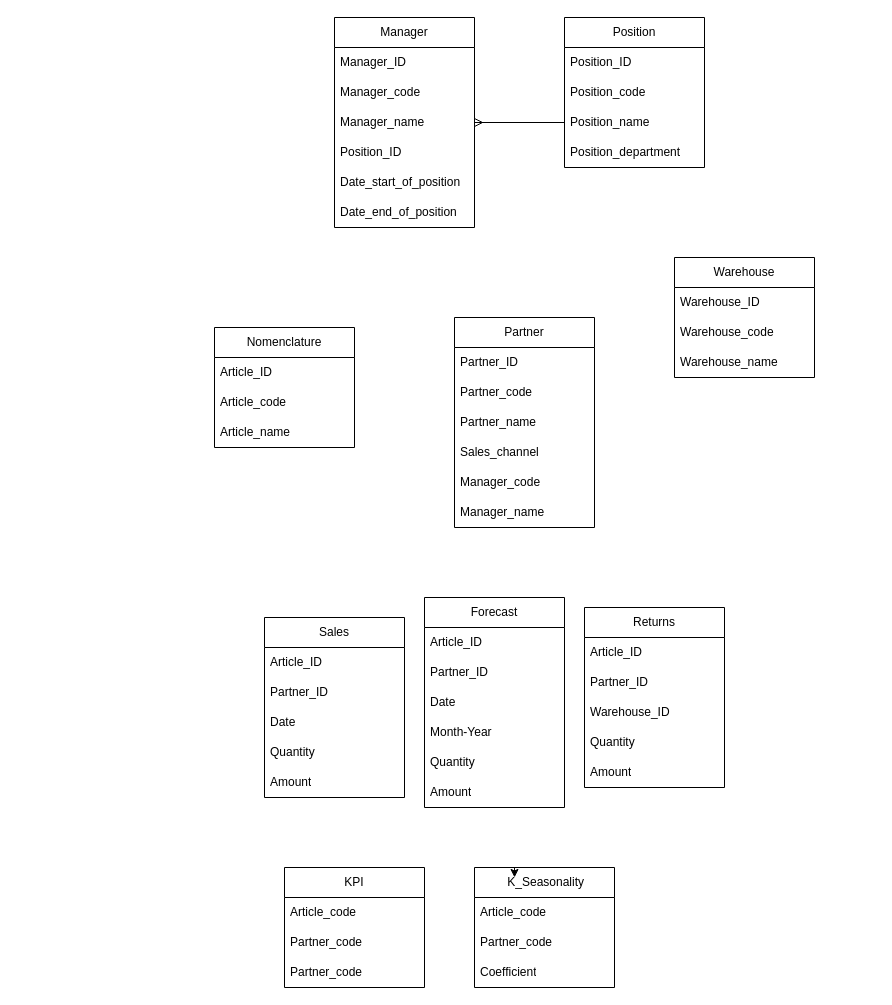
This is Диаграмма без названия.drawio from DWH-creation/Project_1, a draw.io file, before an edit. Source tidied: cells renumbered, new cells numbered last; positions are measured from the earlier drawing's top-left corner, leaving out a move shared by most shapes. Both pictures are drawn from the tidied source at 100%, with x=0, y=0 at pixel (214, 17).
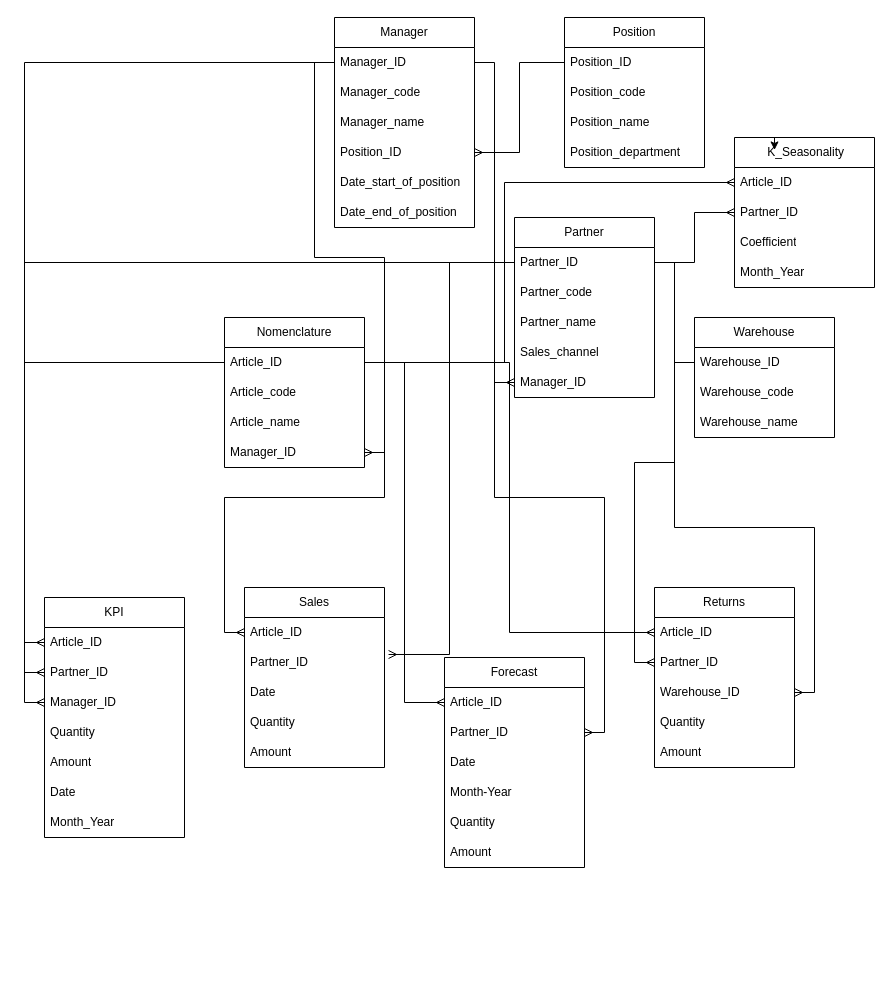
After the change.

Commit message:
DWH_scheme

Unchanged cells that the change refers to:
```xml
<mxCell id="3" value="Article_ID" style="text;strokeColor=none;fillColor=none;align=left;verticalAlign=middle;spacingLeft=4;spacingRight=4;overflow=hidden;points=[[0,0.5],[1,0.5]];portConstraint=eastwest;whiteSpace=wrap;html=1;labelBackgroundColor=none;" parent="2" vertex="1">
  <mxGeometry y="30" width="140" height="30" as="geometry" />
</mxCell>
<mxCell id="7" value="Partner_ID" style="text;strokeColor=none;fillColor=none;align=left;verticalAlign=middle;spacingLeft=4;spacingRight=4;overflow=hidden;points=[[0,0.5],[1,0.5]];portConstraint=eastwest;whiteSpace=wrap;html=1;labelBackgroundColor=none;" parent="6" vertex="1">
  <mxGeometry y="30" width="140" height="30" as="geometry" />
</mxCell>
<mxCell id="14" value="Warehouse_ID" style="text;strokeColor=none;fillColor=none;align=left;verticalAlign=middle;spacingLeft=4;spacingRight=4;overflow=hidden;points=[[0,0.5],[1,0.5]];portConstraint=eastwest;whiteSpace=wrap;html=1;labelBackgroundColor=none;" parent="13" vertex="1">
  <mxGeometry y="30" width="140" height="30" as="geometry" />
</mxCell>
<mxCell id="26" value="Article_ID" style="text;strokeColor=none;fillColor=none;align=left;verticalAlign=middle;spacingLeft=4;spacingRight=4;overflow=hidden;points=[[0,0.5],[1,0.5]];portConstraint=eastwest;whiteSpace=wrap;html=1;labelBackgroundColor=none;" parent="25" vertex="1">
  <mxGeometry y="30" width="140" height="30" as="geometry" />
</mxCell>
<mxCell id="27" value="Partner_ID" style="text;strokeColor=none;fillColor=none;align=left;verticalAlign=middle;spacingLeft=4;spacingRight=4;overflow=hidden;points=[[0,0.5],[1,0.5]];portConstraint=eastwest;whiteSpace=wrap;html=1;labelBackgroundColor=none;" parent="25" vertex="1">
  <mxGeometry y="60" width="140" height="30" as="geometry" />
</mxCell>
<mxCell id="32" value="Article_ID" style="text;strokeColor=none;fillColor=none;align=left;verticalAlign=middle;spacingLeft=4;spacingRight=4;overflow=hidden;points=[[0,0.5],[1,0.5]];portConstraint=eastwest;whiteSpace=wrap;html=1;labelBackgroundColor=none;" parent="31" vertex="1">
  <mxGeometry y="30" width="140" height="30" as="geometry" />
</mxCell>
<mxCell id="33" value="Partner_ID" style="text;strokeColor=none;fillColor=none;align=left;verticalAlign=middle;spacingLeft=4;spacingRight=4;overflow=hidden;points=[[0,0.5],[1,0.5]];portConstraint=eastwest;whiteSpace=wrap;html=1;labelBackgroundColor=none;" parent="31" vertex="1">
  <mxGeometry y="60" width="140" height="30" as="geometry" />
</mxCell>
<mxCell id="40" value="Partner_ID" style="text;strokeColor=none;fillColor=none;align=left;verticalAlign=middle;spacingLeft=4;spacingRight=4;overflow=hidden;points=[[0,0.5],[1,0.5]];portConstraint=eastwest;whiteSpace=wrap;html=1;labelBackgroundColor=none;" parent="38" vertex="1">
  <mxGeometry y="60" width="140" height="30" as="geometry" />
</mxCell>
<mxCell id="41" value="Warehouse_ID" style="text;strokeColor=none;fillColor=none;align=left;verticalAlign=middle;spacingLeft=4;spacingRight=4;overflow=hidden;points=[[0,0.5],[1,0.5]];portConstraint=eastwest;whiteSpace=wrap;html=1;labelBackgroundColor=none;" parent="38" vertex="1">
  <mxGeometry y="90" width="140" height="30" as="geometry" />
</mxCell>
<mxCell id="46" value="Manager_ID" style="text;strokeColor=none;fillColor=none;align=left;verticalAlign=middle;spacingLeft=4;spacingRight=4;overflow=hidden;points=[[0,0.5],[1,0.5]];portConstraint=eastwest;whiteSpace=wrap;html=1;labelBackgroundColor=none;" parent="45" vertex="1">
  <mxGeometry y="30" width="140" height="30" as="geometry" />
</mxCell>
<mxCell id="48" value="Manager_name" style="text;strokeColor=none;fillColor=none;align=left;verticalAlign=middle;spacingLeft=4;spacingRight=4;overflow=hidden;points=[[0,0.5],[1,0.5]];portConstraint=eastwest;whiteSpace=wrap;html=1;labelBackgroundColor=none;" parent="45" vertex="1">
  <mxGeometry y="90" width="140" height="30" as="geometry" />
</mxCell>
<mxCell id="49" value="Position_ID" style="text;strokeColor=none;fillColor=none;align=left;verticalAlign=middle;spacingLeft=4;spacingRight=4;overflow=hidden;points=[[0,0.5],[1,0.5]];portConstraint=eastwest;whiteSpace=wrap;html=1;labelBackgroundColor=none;" parent="45" vertex="1">
  <mxGeometry y="120" width="140" height="30" as="geometry" />
</mxCell>
<mxCell id="53" value="Position_ID" style="text;strokeColor=none;fillColor=none;align=left;verticalAlign=middle;spacingLeft=4;spacingRight=4;overflow=hidden;points=[[0,0.5],[1,0.5]];portConstraint=eastwest;whiteSpace=wrap;html=1;labelBackgroundColor=none;" parent="52" vertex="1">
  <mxGeometry y="30" width="140" height="30" as="geometry" />
</mxCell>
<mxCell id="55" value="Position_name" style="text;strokeColor=none;fillColor=none;align=left;verticalAlign=middle;spacingLeft=4;spacingRight=4;overflow=hidden;points=[[0,0.5],[1,0.5]];portConstraint=eastwest;whiteSpace=wrap;html=1;labelBackgroundColor=none;" parent="52" vertex="1">
  <mxGeometry y="90" width="140" height="30" as="geometry" />
</mxCell>
```

Change to the diagram source:
```diff
@@
     <mxCell id="2" value="Nomenclature" style="swimlane;fontStyle=0;horizontal=1;startSize=30;whiteSpace=wrap;html=1;labelBackgroundColor=none;" parent="1" vertex="1">
-      <mxGeometry y="310" width="140" height="120" as="geometry" />
+      <mxGeometry x="10" y="300" width="140" height="150" as="geometry" />
     </mxCell>
@@
+    <mxCell id="58" value="Manager_ID" style="text;strokeColor=none;fillColor=none;align=left;verticalAlign=middle;spacingLeft=4;spacingRight=4;overflow=hidden;points=[[0,0.5],[1,0.5]];portConstraint=eastwest;whiteSpace=wrap;html=1;labelBackgroundColor=none;" parent="2" vertex="1">
+      <mxGeometry y="120" width="140" height="30" as="geometry" />
+    </mxCell>
     <mxCell id="6" value="Partner" style="swimlane;fontStyle=0;horizontal=1;startSize=30;whiteSpace=wrap;html=1;labelBackgroundColor=none;" parent="1" vertex="1">
-      <mxGeometry x="240" y="300" width="140" height="210" as="geometry" />
+      <mxGeometry x="300" y="200" width="140" height="180" as="geometry" />
     </mxCell>
@@
-    <mxCell id="11" value="Manager_code" style="text;strokeColor=none;fillColor=none;align=left;verticalAlign=middle;spacingLeft=4;spacingRight=4;overflow=hidden;points=[[0,0.5],[1,0.5]];portConstraint=eastwest;whiteSpace=wrap;html=1;labelBackgroundColor=none;" parent="6" vertex="1">
+    <mxCell id="11" value="Manager_ID" style="text;strokeColor=none;fillColor=none;align=left;verticalAlign=middle;spacingLeft=4;spacingRight=4;overflow=hidden;points=[[0,0.5],[1,0.5]];portConstraint=eastwest;whiteSpace=wrap;html=1;labelBackgroundColor=none;" parent="6" vertex="1">
       <mxGeometry y="150" width="140" height="30" as="geometry" />
     </mxCell>
-    <mxCell id="12" value="Manager_name" style="text;strokeColor=none;fillColor=none;align=left;verticalAlign=middle;spacingLeft=4;spacingRight=4;overflow=hidden;whiteSpace=wrap;html=1;labelBackgroundColor=none;" parent="6" vertex="1">
-      <mxGeometry y="180" width="140" height="30" as="geometry" />
-    </mxCell>
     <mxCell id="13" value="Warehouse" style="swimlane;fontStyle=0;horizontal=1;startSize=30;whiteSpace=wrap;html=1;labelBackgroundColor=none;" parent="1" vertex="1">
-      <mxGeometry x="460" y="240" width="140" height="120" as="geometry" />
+      <mxGeometry x="480" y="300" width="140" height="120" as="geometry" />
     </mxCell>
@@
     <mxCell id="17" value="KPI" style="swimlane;fontStyle=0;horizontal=1;startSize=30;whiteSpace=wrap;html=1;labelBackgroundColor=none;" parent="1" vertex="1">
-      <mxGeometry x="70" y="850" width="140" height="120" as="geometry" />
+      <mxGeometry x="-170" y="580" width="140" height="240" as="geometry" />
     </mxCell>
-    <mxCell id="18" value="Article_code" style="text;strokeColor=none;fillColor=none;align=left;verticalAlign=middle;spacingLeft=4;spacingRight=4;overflow=hidden;points=[[0,0.5],[1,0.5]];portConstraint=eastwest;whiteSpace=wrap;html=1;labelBackgroundColor=none;" parent="17" vertex="1">
+    <mxCell id="18" value="Article_ID" style="text;strokeColor=none;fillColor=none;align=left;verticalAlign=middle;spacingLeft=4;spacingRight=4;overflow=hidden;points=[[0,0.5],[1,0.5]];portConstraint=eastwest;whiteSpace=wrap;html=1;labelBackgroundColor=none;" parent="17" vertex="1">
       <mxGeometry y="30" width="140" height="30" as="geometry" />
     </mxCell>
-    <mxCell id="19" value="Partner_code" style="text;strokeColor=none;fillColor=none;align=left;verticalAlign=middle;spacingLeft=4;spacingRight=4;overflow=hidden;points=[[0,0.5],[1,0.5]];portConstraint=eastwest;whiteSpace=wrap;html=1;labelBackgroundColor=none;" parent="17" vertex="1">
+    <mxCell id="19" value="Partner_ID" style="text;strokeColor=none;fillColor=none;align=left;verticalAlign=middle;spacingLeft=4;spacingRight=4;overflow=hidden;points=[[0,0.5],[1,0.5]];portConstraint=eastwest;whiteSpace=wrap;html=1;labelBackgroundColor=none;" parent="17" vertex="1">
       <mxGeometry y="60" width="140" height="30" as="geometry" />
     </mxCell>
-    <mxCell id="20" value="Partner_code" style="text;strokeColor=none;fillColor=none;align=left;verticalAlign=middle;spacingLeft=4;spacingRight=4;overflow=hidden;points=[[0,0.5],[1,0.5]];portConstraint=eastwest;whiteSpace=wrap;html=1;labelBackgroundColor=none;" parent="17" vertex="1">
+    <mxCell id="20" value="Manager_ID" style="text;strokeColor=none;fillColor=none;align=left;verticalAlign=middle;spacingLeft=4;spacingRight=4;overflow=hidden;points=[[0,0.5],[1,0.5]];portConstraint=eastwest;whiteSpace=wrap;html=1;labelBackgroundColor=none;" parent="17" vertex="1">
       <mxGeometry y="90" width="140" height="30" as="geometry" />
     </mxCell>
+    <mxCell id="59" value="Quantity" style="text;strokeColor=none;fillColor=none;align=left;verticalAlign=middle;spacingLeft=4;spacingRight=4;overflow=hidden;whiteSpace=wrap;html=1;labelBackgroundColor=none;" parent="17" vertex="1">
+      <mxGeometry y="120" width="140" height="30" as="geometry" />
+    </mxCell>
+    <mxCell id="60" value="Amount" style="text;strokeColor=none;fillColor=none;align=left;verticalAlign=middle;spacingLeft=4;spacingRight=4;overflow=hidden;whiteSpace=wrap;html=1;labelBackgroundColor=none;" parent="17" vertex="1">
+      <mxGeometry y="150" width="140" height="30" as="geometry" />
+    </mxCell>
+    <mxCell id="61" value="Date" style="text;strokeColor=none;fillColor=none;align=left;verticalAlign=middle;spacingLeft=4;spacingRight=4;overflow=hidden;whiteSpace=wrap;html=1;labelBackgroundColor=none;" parent="17" vertex="1">
+      <mxGeometry y="180" width="140" height="30" as="geometry" />
+    </mxCell>
+    <mxCell id="62" value="Month_Year" style="text;strokeColor=none;fillColor=none;align=left;verticalAlign=middle;spacingLeft=4;spacingRight=4;overflow=hidden;whiteSpace=wrap;html=1;labelBackgroundColor=none;" parent="17" vertex="1">
+      <mxGeometry y="210" width="140" height="30" as="geometry" />
+    </mxCell>
     <mxCell id="21" value="&amp;nbsp;K_Seasonality" style="swimlane;fontStyle=0;horizontal=1;startSize=30;whiteSpace=wrap;html=1;labelBackgroundColor=none;" parent="1" vertex="1">
-      <mxGeometry x="260" y="850" width="140" height="120" as="geometry" />
+      <mxGeometry x="520" y="120" width="140" height="150" as="geometry" />
     </mxCell>
-    <mxCell id="22" value="Article_code" style="text;strokeColor=none;fillColor=none;align=left;verticalAlign=middle;spacingLeft=4;spacingRight=4;overflow=hidden;points=[[0,0.5],[1,0.5]];portConstraint=eastwest;whiteSpace=wrap;html=1;labelBackgroundColor=none;" parent="21" vertex="1">
+    <mxCell id="22" value="Article_ID" style="text;strokeColor=none;fillColor=none;align=left;verticalAlign=middle;spacingLeft=4;spacingRight=4;overflow=hidden;points=[[0,0.5],[1,0.5]];portConstraint=eastwest;whiteSpace=wrap;html=1;labelBackgroundColor=none;" parent="21" vertex="1">
       <mxGeometry y="30" width="140" height="30" as="geometry" />
     </mxCell>
-    <mxCell id="23" value="Partner_code" style="text;strokeColor=none;fillColor=none;align=left;verticalAlign=middle;spacingLeft=4;spacingRight=4;overflow=hidden;whiteSpace=wrap;html=1;labelBackgroundColor=none;" parent="21" vertex="1">
+    <mxCell id="23" value="Partner_ID" style="text;strokeColor=none;fillColor=none;align=left;verticalAlign=middle;spacingLeft=4;spacingRight=4;overflow=hidden;whiteSpace=wrap;html=1;labelBackgroundColor=none;" parent="21" vertex="1">
       <mxGeometry y="60" width="140" height="30" as="geometry" />
     </mxCell>
@@
+    <mxCell id="63" value="Month_Year" style="text;strokeColor=none;fillColor=none;align=left;verticalAlign=middle;spacingLeft=4;spacingRight=4;overflow=hidden;whiteSpace=wrap;html=1;labelBackgroundColor=none;" parent="21" vertex="1">
+      <mxGeometry y="120" width="140" height="30" as="geometry" />
+    </mxCell>
     <mxCell id="25" value="Sales" style="swimlane;fontStyle=0;horizontal=1;startSize=30;whiteSpace=wrap;html=1;labelBackgroundColor=none;" parent="1" vertex="1">
-      <mxGeometry x="50" y="600" width="140" height="180" as="geometry" />
+      <mxGeometry x="30" y="570" width="140" height="180" as="geometry" />
     </mxCell>
@@
     <mxCell id="31" value="Forecast" style="swimlane;fontStyle=0;horizontal=1;startSize=30;whiteSpace=wrap;html=1;labelBackgroundColor=none;" parent="1" vertex="1">
-      <mxGeometry x="210" y="580" width="140" height="210" as="geometry" />
+      <mxGeometry x="230" y="640" width="140" height="210" as="geometry" />
     </mxCell>
@@
     <mxCell id="38" value="Returns" style="swimlane;fontStyle=0;horizontal=1;startSize=30;whiteSpace=wrap;html=1;labelBackgroundColor=none;" parent="1" vertex="1">
-      <mxGeometry x="370" y="590" width="140" height="180" as="geometry" />
+      <mxGeometry x="440" y="570" width="140" height="180" as="geometry" />
     </mxCell>
@@
-    <mxCell id="57" style="edgeStyle=orthogonalEdgeStyle;rounded=0;jettySize=auto;html=1;entryX=1;entryY=0.5;entryDx=0;entryDy=0;endArrow=ERmany;endFill=0;" parent="1" edge="1" source="55" target="48">
-      <mxGeometry relative="1" as="geometry" />
-    </mxCell>
+    <mxCell id="64" style="edgeStyle=orthogonalEdgeStyle;rounded=0;jettySize=auto;html=1;endArrow=ERmany;endFill=0;" parent="1" edge="1" source="53" target="49">
+      <mxGeometry relative="1" as="geometry" />
+    </mxCell>
+    <mxCell id="65" style="edgeStyle=orthogonalEdgeStyle;rounded=0;jettySize=auto;html=1;endArrow=ERmany;endFill=0;" parent="1" edge="1" source="46" target="58">
+      <mxGeometry relative="1" as="geometry" />
+    </mxCell>
+    <mxCell id="66" style="edgeStyle=orthogonalEdgeStyle;rounded=0;jettySize=auto;html=1;entryX=1;entryY=0.5;entryDx=0;entryDy=0;endArrow=ERmany;endFill=0;" parent="1" edge="1" source="14" target="41">
+      <mxGeometry relative="1" as="geometry" />
+    </mxCell>
+    <mxCell id="67" style="edgeStyle=orthogonalEdgeStyle;rounded=0;jettySize=auto;html=1;entryX=0;entryY=0.5;entryDx=0;entryDy=0;endArrow=ERmany;endFill=0;" parent="1" edge="1" source="3" target="26">
+      <mxGeometry relative="1" as="geometry" />
+    </mxCell>
+    <mxCell id="68" style="edgeStyle=orthogonalEdgeStyle;rounded=0;jettySize=auto;html=1;entryX=1.029;entryY=0.233;entryDx=0;entryDy=0;entryPerimeter=0;endArrow=ERmany;endFill=0;" parent="1" edge="1" source="7" target="27">
+      <mxGeometry relative="1" as="geometry" />
+    </mxCell>
+    <mxCell id="69" style="edgeStyle=orthogonalEdgeStyle;rounded=0;jettySize=auto;html=1;entryX=0;entryY=0.5;entryDx=0;entryDy=0;endArrow=ERmany;endFill=0;" parent="1" edge="1" source="7" target="40">
+      <mxGeometry relative="1" as="geometry" />
+    </mxCell>
+    <mxCell id="70" style="edgeStyle=orthogonalEdgeStyle;rounded=0;jettySize=auto;html=1;entryX=0;entryY=0.5;entryDx=0;entryDy=0;endArrow=ERmany;endFill=0;" parent="1" edge="1" source="46" target="11">
+      <mxGeometry relative="1" as="geometry" />
+    </mxCell>
+    <mxCell id="71" style="edgeStyle=orthogonalEdgeStyle;rounded=0;jettySize=auto;html=1;entryX=0;entryY=0.25;entryDx=0;entryDy=0;endArrow=ERmany;endFill=0;" parent="1" edge="1" source="3" target="38">
+      <mxGeometry relative="1" as="geometry">
+        <Array as="points">
+          <mxPoint x="295" y="345" />
+          <mxPoint x="295" y="615" />
+        </Array>
+      </mxGeometry>
+    </mxCell>
+    <mxCell id="72" style="edgeStyle=orthogonalEdgeStyle;rounded=0;jettySize=auto;html=1;entryX=0;entryY=0.5;entryDx=0;entryDy=0;endArrow=ERmany;endFill=0;" parent="1" edge="1" source="3" target="32">
+      <mxGeometry relative="1" as="geometry" />
+    </mxCell>
+    <mxCell id="73" style="edgeStyle=orthogonalEdgeStyle;rounded=0;jettySize=auto;html=1;endArrow=ERmany;endFill=0;" parent="1" edge="1" source="7" target="33">
+      <mxGeometry relative="1" as="geometry" />
+    </mxCell>
+    <mxCell id="74" style="edgeStyle=orthogonalEdgeStyle;rounded=0;jettySize=auto;html=1;entryX=0;entryY=0.5;entryDx=0;entryDy=0;endArrow=ERmany;endFill=0;" parent="1" edge="1" source="46" target="20">
+      <mxGeometry relative="1" as="geometry" />
+    </mxCell>
+    <mxCell id="75" style="edgeStyle=orthogonalEdgeStyle;rounded=0;jettySize=auto;html=1;entryX=0;entryY=0.5;entryDx=0;entryDy=0;endArrow=ERmany;endFill=0;" parent="1" edge="1" source="3" target="18">
+      <mxGeometry relative="1" as="geometry" />
+    </mxCell>
+    <mxCell id="76" style="edgeStyle=orthogonalEdgeStyle;rounded=0;jettySize=auto;html=1;entryX=0;entryY=0.5;entryDx=0;entryDy=0;endArrow=ERmany;endFill=0;" parent="1" edge="1" source="7" target="19">
+      <mxGeometry relative="1" as="geometry" />
+    </mxCell>
+    <mxCell id="77" style="edgeStyle=orthogonalEdgeStyle;rounded=0;jettySize=auto;html=1;entryX=0;entryY=0.5;entryDx=0;entryDy=0;endArrow=ERmany;endFill=0;" parent="1" edge="1" source="7" target="21">
+      <mxGeometry relative="1" as="geometry" />
+    </mxCell>
+    <mxCell id="78" style="edgeStyle=orthogonalEdgeStyle;rounded=0;jettySize=auto;html=1;entryX=0;entryY=0.5;entryDx=0;entryDy=0;endArrow=ERmany;endFill=0;" parent="1" edge="1" source="3" target="22">
+      <mxGeometry relative="1" as="geometry">
+        <Array as="points">
+          <mxPoint x="290" y="345" />
+          <mxPoint x="290" y="165" />
+        </Array>
+      </mxGeometry>
+    </mxCell>
```
